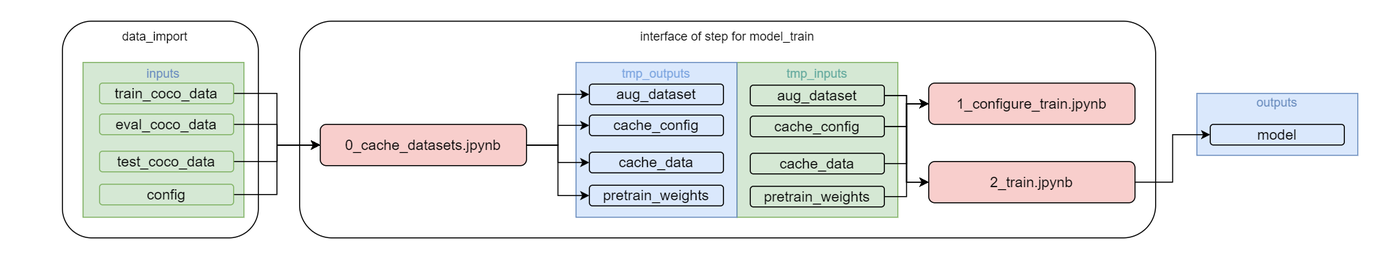
Above: imgs/model_train_interface.drawio.png in 4-DS/obj_detect_rest-model_train (draw.io), before the change. Source tidied: cells renumbered, new cells last; positions are measured from the earlier drawing's top-left corner, leaving out a move shared by most shapes.
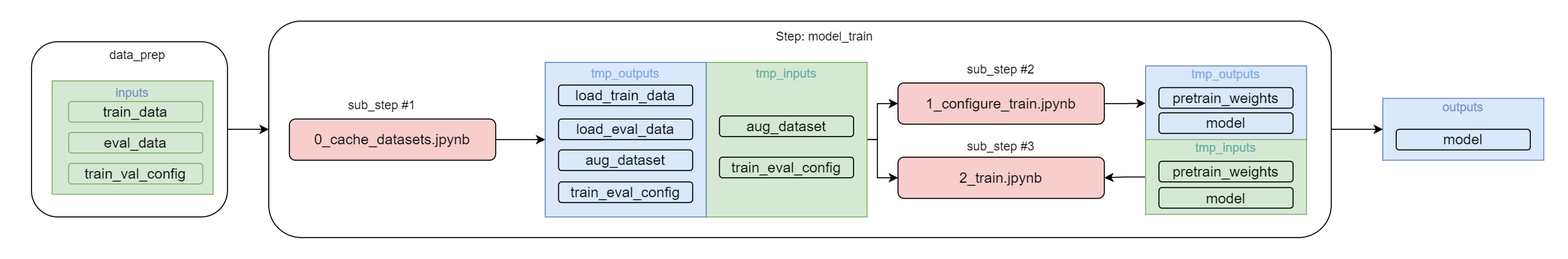
The same diagram one commit later.

What changed in the source:
```diff
@@ -2,125 +2,135 @@
   <root>
     <mxCell id="0" />
     <mxCell id="1" parent="0" />
-    <mxCell id="2" style="rounded=1;whiteSpace=wrap;html=1;strokeColor=none;" parent="1" vertex="1">
-      <mxGeometry width="1340" height="250" as="geometry" />
-    </mxCell>
-    <mxCell id="3" style="rounded=1;whiteSpace=wrap;html=1;" parent="1" vertex="1">
-      <mxGeometry x="60" y="20" width="190" height="210" as="geometry" />
-    </mxCell>
-    <mxCell id="4" style="rounded=1;whiteSpace=wrap;html=1;" parent="1" vertex="1">
-      <mxGeometry x="290" y="20" width="830" height="210" as="geometry" />
-    </mxCell>
+    <mxCell id="42" style="rounded=1;whiteSpace=wrap;html=1;strokeColor=none;" parent="1" vertex="1">
+      <mxGeometry x="20" y="330" width="1520" height="250" as="geometry" />
+    </mxCell>
+    <mxCell id="43" style="rounded=1;whiteSpace=wrap;html=1;" parent="1" vertex="1">
+      <mxGeometry x="280" y="350" width="1030" height="210" as="geometry" />
+    </mxCell>
+    <mxCell id="44" style="edgeStyle=orthogonalEdgeStyle;rounded=0;jettySize=auto;html=1;" parent="1" edge="1" source="5" target="8">
+      <mxGeometry relative="1" as="geometry">
+        <Array as="points">
+          <mxPoint x="870" y="465" />
+          <mxPoint x="870" y="430" />
+        </Array>
+      </mxGeometry>
+    </mxCell>
+    <mxCell id="45" style="edgeStyle=orthogonalEdgeStyle;rounded=0;jettySize=auto;html=1;" parent="1" edge="1" source="5" target="26">
+      <mxGeometry relative="1" as="geometry">
+        <Array as="points">
+          <mxPoint x="870" y="465" />
+          <mxPoint x="870" y="502" />
+        </Array>
+      </mxGeometry>
+    </mxCell>
     <mxCell id="5" value="&lt;font style=&quot;font-size: 12px;&quot;&gt;&lt;font color=&quot;#67ab9f&quot;&gt;&lt;font style=&quot;font-size: 12px;&quot;&gt;tmp_inputs&lt;/font&gt;&lt;br&gt;&lt;br&gt;&lt;br&gt;&lt;br&gt;&lt;br&gt;&lt;br&gt;&lt;br&gt;&lt;br&gt;&lt;br&gt;&lt;/font&gt;&lt;br&gt;&lt;/font&gt;" style="rounded=0;whiteSpace=wrap;html=1;fillColor=#d5e8d4;strokeColor=#82b366;" parent="1" vertex="1">
-      <mxGeometry x="714" y="60" width="156" height="150" as="geometry" />
+      <mxGeometry x="704" y="390" width="156" height="150" as="geometry" />
     </mxCell>
-    <mxCell id="6" value="interface of step for model_train" style="text;html=1;strokeColor=none;fillColor=none;align=center;verticalAlign=middle;whiteSpace=wrap;rounded=0;" parent="1" vertex="1">
-      <mxGeometry x="590" y="20" width="230" height="30" as="geometry" />
-    </mxCell>
-    <mxCell id="7" value="&lt;font style=&quot;font-size: 12px;&quot;&gt;&lt;font color=&quot;#6c8ebf&quot;&gt;&lt;font style=&quot;font-size: 12px;&quot;&gt;outputs&lt;/font&gt;&lt;br&gt;&lt;br&gt;&lt;br&gt;&lt;/font&gt;&lt;br&gt;&lt;/font&gt;" style="rounded=0;whiteSpace=wrap;html=1;fillColor=#dae8fc;strokeColor=#6c8ebf;" parent="1" vertex="1">
-      <mxGeometry x="1160" y="90" width="156" height="60" as="geometry" />
-    </mxCell>
+    <mxCell id="46" value="Step: model_train" style="text;html=1;strokeColor=none;fillColor=none;align=center;verticalAlign=middle;whiteSpace=wrap;rounded=0;" parent="1" vertex="1">
+      <mxGeometry x="704" y="350" width="230" height="30" as="geometry" />
+    </mxCell>
+    <mxCell id="47" style="edgeStyle=orthogonalEdgeStyle;rounded=0;jettySize=auto;html=1;entryX=0;entryY=0.5;entryDx=0;entryDy=0;" parent="1" edge="1" source="8" target="62">
+      <mxGeometry relative="1" as="geometry" />
+    </mxCell>
     <mxCell id="8" value="&lt;font style=&quot;font-size: 14px;&quot;&gt;1_configure_train.jpynb&lt;/font&gt;" style="rounded=1;whiteSpace=wrap;html=1;fillColor=#f8cecc;strokeColor=#000000;strokeWidth=1;" parent="1" vertex="1">
-      <mxGeometry x="900" y="80" width="200" height="40" as="geometry" />
+      <mxGeometry x="890" y="410" width="200" height="40" as="geometry" />
     </mxCell>
-    <mxCell id="9" value="&lt;font style=&quot;font-size: 14px;&quot;&gt;model&lt;/font&gt;" style="rounded=1;whiteSpace=wrap;html=1;fillColor=#dae8fc;strokeColor=#000000;strokeWidth=1;" parent="1" vertex="1">
-      <mxGeometry x="1173" y="120" width="130" height="20" as="geometry" />
-    </mxCell>
+    <mxCell id="48" style="edgeStyle=orthogonalEdgeStyle;rounded=0;jettySize=auto;html=1;entryX=0;entryY=0.5;entryDx=0;entryDy=0;" parent="1" edge="1" source="10" target="11">
+      <mxGeometry relative="1" as="geometry" />
+    </mxCell>
     <mxCell id="10" value="&lt;font style=&quot;font-size: 14px;&quot;&gt;0_cache_datasets.jpynb&lt;/font&gt;" style="rounded=1;whiteSpace=wrap;html=1;fillColor=#f8cecc;strokeColor=#000000;strokeWidth=1;" parent="1" vertex="1">
-      <mxGeometry x="310" y="120" width="200" height="40" as="geometry" />
+      <mxGeometry x="300" y="445" width="200" height="40" as="geometry" />
     </mxCell>
     <mxCell id="11" value="&lt;font style=&quot;font-size: 12px;&quot;&gt;&lt;font color=&quot;#7ea6e0&quot;&gt;&lt;font style=&quot;font-size: 12px;&quot;&gt;tmp_outputs&lt;/font&gt;&lt;br&gt;&lt;br&gt;&lt;br&gt;&lt;br&gt;&lt;br&gt;&lt;br&gt;&lt;br&gt;&lt;br&gt;&lt;br&gt;&lt;/font&gt;&lt;br&gt;&lt;/font&gt;" style="rounded=0;whiteSpace=wrap;html=1;fillColor=#dae8fc;strokeColor=#6c8ebf;" parent="1" vertex="1">
-      <mxGeometry x="558" y="60" width="156" height="150" as="geometry" />
+      <mxGeometry x="548" y="390" width="156" height="150" as="geometry" />
     </mxCell>
+    <mxCell id="49" value="&lt;font style=&quot;font-size: 14px;&quot;&gt;load_train_data&lt;/font&gt;" style="rounded=1;whiteSpace=wrap;html=1;fillColor=#dae8fc;strokeColor=#000000;strokeWidth=1;" parent="1" vertex="1">
+      <mxGeometry x="561" y="412" width="130" height="20" as="geometry" />
+    </mxCell>
+    <mxCell id="50" value="&lt;font style=&quot;font-size: 14px;&quot;&gt;load_eval_data&lt;/font&gt;" style="rounded=1;whiteSpace=wrap;html=1;fillColor=#dae8fc;strokeColor=#000000;strokeWidth=1;" parent="1" vertex="1">
+      <mxGeometry x="561" y="445" width="130" height="20" as="geometry" />
+    </mxCell>
+    <mxCell id="51" value="&lt;font style=&quot;font-size: 14px;&quot;&gt;train_eval_config&lt;/font&gt;" style="rounded=1;whiteSpace=wrap;html=1;fillColor=#dae8fc;strokeColor=#000000;strokeWidth=1;" parent="1" vertex="1">
+      <mxGeometry x="561" y="506" width="130" height="20" as="geometry" />
+    </mxCell>
+    <mxCell id="26" value="&lt;font style=&quot;font-size: 14px;&quot;&gt;2_train.jpynb&lt;/font&gt;" style="rounded=1;whiteSpace=wrap;html=1;fillColor=#f8cecc;strokeColor=#000000;strokeWidth=1;" parent="1" vertex="1">
+      <mxGeometry x="890" y="482" width="200" height="40" as="geometry" />
+    </mxCell>
+    <mxCell id="33" value="&lt;font style=&quot;font-size: 14px;&quot;&gt;aug_dataset&lt;/font&gt;" style="rounded=1;whiteSpace=wrap;html=1;fillColor=#d5e8d4;strokeColor=#000000;strokeWidth=1;" parent="1" vertex="1">
+      <mxGeometry x="717" y="442" width="130" height="20" as="geometry" />
+    </mxCell>
+    <mxCell id="52" value="&lt;font style=&quot;font-size: 14px;&quot;&gt;train_eval_config&lt;/font&gt;" style="rounded=1;whiteSpace=wrap;html=1;fillColor=#d5e8d4;strokeColor=#000000;strokeWidth=1;" parent="1" vertex="1">
+      <mxGeometry x="717" y="482" width="130" height="20" as="geometry" />
+    </mxCell>
+    <mxCell id="53" style="group;" parent="1" vertex="1">
+      <mxGeometry x="50" y="368" width="190" height="171" as="geometry" />
+    </mxCell>
+    <mxCell id="54" style="rounded=1;whiteSpace=wrap;html=1;" parent="53" vertex="1">
+      <mxGeometry y="2" width="190" height="170" as="geometry" />
+    </mxCell>
-    <mxCell id="12" value="&lt;font style=&quot;font-size: 12px;&quot;&gt;&lt;font color=&quot;#6c8ebf&quot;&gt;&lt;font style=&quot;font-size: 12px;&quot;&gt;inputs&lt;/font&gt;&lt;br&gt;&lt;br&gt;&lt;br&gt;&lt;br&gt;&lt;br&gt;&lt;br&gt;&lt;br&gt;&lt;br&gt;&lt;br&gt;&lt;/font&gt;&lt;br&gt;&lt;/font&gt;" style="rounded=0;whiteSpace=wrap;html=1;fillColor=#d5e8d4;strokeColor=#82b366;" parent="1" vertex="1">
-      <mxGeometry x="80" y="60" width="156" height="150" as="geometry" />
+    <mxCell id="12" value="&lt;font style=&quot;font-size: 12px;&quot;&gt;&lt;font color=&quot;#6c8ebf&quot;&gt;&lt;font style=&quot;font-size: 12px;&quot;&gt;inputs&lt;/font&gt;&lt;br&gt;&lt;br&gt;&lt;br&gt;&lt;br&gt;&lt;br&gt;&lt;br&gt;&lt;/font&gt;&lt;br&gt;&lt;/font&gt;" style="rounded=0;whiteSpace=wrap;html=1;fillColor=#d5e8d4;strokeColor=#82b366;" parent="53" vertex="1">
+      <mxGeometry x="20" y="40" width="156" height="110" as="geometry" />
     </mxCell>
-    <mxCell id="13" style="edgeStyle=orthogonalEdgeStyle;rounded=0;jettySize=auto;html=1;entryX=0;entryY=0.5;entryDx=0;entryDy=0;" parent="1" edge="1" source="14" target="10">
-      <mxGeometry relative="1" as="geometry" />
-    </mxCell>
-    <mxCell id="14" value="&lt;font style=&quot;font-size: 14px;&quot;&gt;train_coco_data&lt;/font&gt;" style="rounded=1;whiteSpace=wrap;html=1;fillColor=#d5e8d4;strokeColor=#82b366;strokeWidth=1;" parent="1" vertex="1">
-      <mxGeometry x="96" y="80" width="130" height="20" as="geometry" />
-    </mxCell>
-    <mxCell id="15" style="edgeStyle=orthogonalEdgeStyle;rounded=0;jettySize=auto;html=1;entryX=0;entryY=0.5;entryDx=0;entryDy=0;" parent="1" edge="1" source="16" target="10">
-      <mxGeometry relative="1" as="geometry" />
-    </mxCell>
-    <mxCell id="16" value="&lt;font style=&quot;font-size: 14px;&quot;&gt;config&lt;/font&gt;" style="rounded=1;whiteSpace=wrap;html=1;fillColor=#d5e8d4;strokeColor=#82b366;strokeWidth=1;" parent="1" vertex="1">
-      <mxGeometry x="96" y="178" width="130" height="20" as="geometry" />
-    </mxCell>
-    <mxCell id="17" style="edgeStyle=orthogonalEdgeStyle;rounded=0;jettySize=auto;html=1;entryX=0;entryY=0.5;entryDx=0;entryDy=0;" parent="1" edge="1" source="18" target="10">
-      <mxGeometry relative="1" as="geometry" />
-    </mxCell>
-    <mxCell id="18" value="&lt;font style=&quot;font-size: 14px;&quot;&gt;eval_coco_data&lt;/font&gt;" style="rounded=1;whiteSpace=wrap;html=1;fillColor=#d5e8d4;strokeColor=#82b366;strokeWidth=1;" parent="1" vertex="1">
-      <mxGeometry x="96" y="110" width="130" height="20" as="geometry" />
-    </mxCell>
-    <mxCell id="19" style="edgeStyle=orthogonalEdgeStyle;rounded=0;jettySize=auto;html=1;entryX=0;entryY=0.5;entryDx=0;entryDy=0;" parent="1" edge="1" source="20" target="10">
-      <mxGeometry relative="1" as="geometry" />
-    </mxCell>
-    <mxCell id="20" value="&lt;font style=&quot;font-size: 14px;&quot;&gt;test_coco_data&lt;/font&gt;" style="rounded=1;whiteSpace=wrap;html=1;fillColor=#d5e8d4;strokeColor=#82b366;strokeWidth=1;" parent="1" vertex="1">
-      <mxGeometry x="96" y="146" width="130" height="20" as="geometry" />
-    </mxCell>
+    <mxCell id="55" value="&lt;font style=&quot;font-size: 14px;&quot;&gt;train_data&lt;/font&gt;" style="rounded=1;whiteSpace=wrap;html=1;fillColor=#d5e8d4;strokeColor=#82b366;strokeWidth=1;" parent="53" vertex="1">
+      <mxGeometry x="36" y="60" width="130" height="20" as="geometry" />
+    </mxCell>
+    <mxCell id="56" value="&lt;font style=&quot;font-size: 14px;&quot;&gt;train_val_config&lt;/font&gt;" style="rounded=1;whiteSpace=wrap;html=1;fillColor=#d5e8d4;strokeColor=#82b366;strokeWidth=1;" parent="53" vertex="1">
+      <mxGeometry x="36" y="120" width="130" height="20" as="geometry" />
+    </mxCell>
+    <mxCell id="57" value="&lt;font style=&quot;font-size: 14px;&quot;&gt;eval_data&lt;/font&gt;" style="rounded=1;whiteSpace=wrap;html=1;fillColor=#d5e8d4;strokeColor=#82b366;strokeWidth=1;" parent="53" vertex="1">
+      <mxGeometry x="36" y="90" width="130" height="20" as="geometry" />
+    </mxCell>
+    <mxCell id="58" value="data_prep" style="text;html=1;strokeColor=none;fillColor=none;align=center;verticalAlign=middle;whiteSpace=wrap;rounded=0;" parent="53" vertex="1">
+      <mxGeometry x="73" width="60" height="30" as="geometry" />
+    </mxCell>
+    <mxCell id="59" style="edgeStyle=orthogonalEdgeStyle;rounded=0;jettySize=auto;html=1;entryX=0;entryY=0.5;entryDx=0;entryDy=0;" parent="1" edge="1" source="54" target="43">
+      <mxGeometry relative="1" as="geometry" />
+    </mxCell>
     <mxCell id="21" value="&lt;font style=&quot;font-size: 14px;&quot;&gt;aug_dataset&lt;/font&gt;" style="rounded=1;whiteSpace=wrap;html=1;fillColor=#dae8fc;strokeColor=#000000;strokeWidth=1;" parent="1" vertex="1">
-      <mxGeometry x="571" y="81" width="130" height="20" as="geometry" />
+      <mxGeometry x="561" y="475" width="130" height="20" as="geometry" />
     </mxCell>
+    <mxCell id="60" style="group;" parent="1" vertex="1">
+      <mxGeometry x="1360" y="425" width="156" height="60" as="geometry" />
+    </mxCell>
+    <mxCell id="7" value="&lt;font style=&quot;font-size: 12px;&quot;&gt;&lt;font color=&quot;#6c8ebf&quot;&gt;&lt;font style=&quot;font-size: 12px;&quot;&gt;outputs&lt;/font&gt;&lt;br&gt;&lt;br&gt;&lt;br&gt;&lt;/font&gt;&lt;br&gt;&lt;/font&gt;" style="rounded=0;whiteSpace=wrap;html=1;fillColor=#dae8fc;strokeColor=#6c8ebf;" parent="60" vertex="1">
+      <mxGeometry width="156" height="60" as="geometry" />
+    </mxCell>
+    <mxCell id="61" value="&lt;font style=&quot;font-size: 14px;&quot;&gt;model&lt;/font&gt;" style="rounded=1;whiteSpace=wrap;html=1;fillColor=#dae8fc;strokeColor=#000000;strokeWidth=1;" parent="60" vertex="1">
+      <mxGeometry x="13" y="30" width="130" height="20" as="geometry" />
+    </mxCell>
+    <mxCell id="62" value="&lt;font style=&quot;font-size: 12px;&quot;&gt;&lt;font color=&quot;#7ea6e0&quot;&gt;&lt;font style=&quot;font-size: 12px;&quot;&gt;tmp_outputs&lt;/font&gt;&lt;br&gt;&lt;br&gt;&lt;br&gt;&lt;br&gt;&lt;/font&gt;&lt;br&gt;&lt;/font&gt;" style="rounded=0;whiteSpace=wrap;html=1;fillColor=#dae8fc;strokeColor=#6c8ebf;" parent="1" vertex="1">
+      <mxGeometry x="1130" y="393.5" width="156" height="72.5" as="geometry" />
+    </mxCell>
     <mxCell id="22" value="&lt;font style=&quot;font-size: 14px;&quot;&gt;pretrain_weights&lt;/font&gt;" style="rounded=1;whiteSpace=wrap;html=1;fillColor=#dae8fc;strokeColor=#000000;strokeWidth=1;" parent="1" vertex="1">
-      <mxGeometry x="571" y="179" width="130" height="20" as="geometry" />
+      <mxGeometry x="1143" y="414.5" width="130" height="20" as="geometry" />
     </mxCell>
-    <mxCell id="23" value="&lt;font style=&quot;font-size: 14px;&quot;&gt;cache_config&lt;/font&gt;" style="rounded=1;whiteSpace=wrap;html=1;fillColor=#dae8fc;strokeColor=#000000;strokeWidth=1;" parent="1" vertex="1">
-      <mxGeometry x="571" y="111" width="130" height="20" as="geometry" />
-    </mxCell>
-    <mxCell id="24" value="&lt;font style=&quot;font-size: 14px;&quot;&gt;cache_data&lt;/font&gt;" style="rounded=1;whiteSpace=wrap;html=1;fillColor=#dae8fc;strokeColor=#000000;strokeWidth=1;" parent="1" vertex="1">
-      <mxGeometry x="571" y="147" width="130" height="20" as="geometry" />
-    </mxCell>
-    <mxCell id="25" style="edgeStyle=orthogonalEdgeStyle;rounded=0;jettySize=auto;html=1;entryX=0;entryY=0.5;entryDx=0;entryDy=0;" parent="1" edge="1" source="26" target="9">
-      <mxGeometry relative="1" as="geometry" />
-    </mxCell>
-    <mxCell id="26" value="&lt;font style=&quot;font-size: 14px;&quot;&gt;2_train.jpynb&lt;/font&gt;" style="rounded=1;whiteSpace=wrap;html=1;fillColor=#f8cecc;strokeColor=#000000;strokeWidth=1;" parent="1" vertex="1">
-      <mxGeometry x="900" y="156" width="200" height="40" as="geometry" />
-    </mxCell>
-    <mxCell id="27" style="edgeStyle=orthogonalEdgeStyle;rounded=0;jettySize=auto;html=1;entryX=0;entryY=0.5;entryDx=0;entryDy=0;" parent="1" edge="1" source="10" target="21">
-      <mxGeometry relative="1" as="geometry" />
-    </mxCell>
-    <mxCell id="28" style="edgeStyle=orthogonalEdgeStyle;rounded=0;jettySize=auto;html=1;entryX=0;entryY=0.5;entryDx=0;entryDy=0;" parent="1" edge="1" source="10" target="23">
-      <mxGeometry relative="1" as="geometry" />
-    </mxCell>
-    <mxCell id="29" style="edgeStyle=orthogonalEdgeStyle;rounded=0;jettySize=auto;html=1;entryX=0;entryY=0.5;entryDx=0;entryDy=0;" parent="1" edge="1" source="10" target="24">
-      <mxGeometry relative="1" as="geometry" />
-    </mxCell>
-    <mxCell id="30" style="edgeStyle=orthogonalEdgeStyle;rounded=0;jettySize=auto;html=1;entryX=0;entryY=0.5;entryDx=0;entryDy=0;" parent="1" edge="1" source="10" target="22">
-      <mxGeometry relative="1" as="geometry" />
-    </mxCell>
-    <mxCell id="31" style="edgeStyle=orthogonalEdgeStyle;rounded=0;jettySize=auto;html=1;" parent="1" edge="1" source="33" target="8">
-      <mxGeometry relative="1" as="geometry" />
-    </mxCell>
-    <mxCell id="32" style="edgeStyle=orthogonalEdgeStyle;rounded=0;jettySize=auto;html=1;entryX=0;entryY=0.5;entryDx=0;entryDy=0;" parent="1" edge="1" source="33" target="26">
-      <mxGeometry relative="1" as="geometry" />
-    </mxCell>
-    <mxCell id="33" value="&lt;font style=&quot;font-size: 14px;&quot;&gt;aug_dataset&lt;/font&gt;" style="rounded=1;whiteSpace=wrap;html=1;fillColor=#d5e8d4;strokeColor=#000000;strokeWidth=1;" parent="1" vertex="1">
-      <mxGeometry x="727" y="82" width="130" height="20" as="geometry" />
-    </mxCell>
-    <mxCell id="34" style="edgeStyle=orthogonalEdgeStyle;rounded=0;jettySize=auto;html=1;entryX=0;entryY=0.5;entryDx=0;entryDy=0;" parent="1" edge="1" source="35" target="8">
-      <mxGeometry relative="1" as="geometry" />
-    </mxCell>
+    <mxCell id="63" value="sub_step #1" style="text;html=1;strokeColor=none;fillColor=none;align=center;verticalAlign=middle;whiteSpace=wrap;rounded=0;" parent="1" vertex="1">
+      <mxGeometry x="350" y="416.5" width="80" height="30" as="geometry" />
+    </mxCell>
+    <mxCell id="64" value="sub_step #2" style="text;html=1;strokeColor=none;fillColor=none;align=center;verticalAlign=middle;whiteSpace=wrap;rounded=0;" parent="1" vertex="1">
+      <mxGeometry x="950" y="382" width="80" height="30" as="geometry" />
+    </mxCell>
+    <mxCell id="65" value="sub_step #3" style="text;html=1;strokeColor=none;fillColor=none;align=center;verticalAlign=middle;whiteSpace=wrap;rounded=0;" parent="1" vertex="1">
+      <mxGeometry x="950" y="457" width="80" height="30" as="geometry" />
+    </mxCell>
+    <mxCell id="66" style="edgeStyle=orthogonalEdgeStyle;rounded=0;jettySize=auto;html=1;entryX=1;entryY=0.5;entryDx=0;entryDy=0;startArrow=classic;startFill=1;endArrow=none;endFill=0;" parent="1" edge="1" source="7" target="43">
+      <mxGeometry relative="1" as="geometry" />
+    </mxCell>
+    <mxCell id="67" value="&lt;font style=&quot;font-size: 14px;&quot;&gt;model&lt;/font&gt;" style="rounded=1;whiteSpace=wrap;html=1;fillColor=#dae8fc;strokeColor=#000000;strokeWidth=1;" parent="1" vertex="1">
+      <mxGeometry x="1143" y="439" width="130" height="20" as="geometry" />
+    </mxCell>
+    <mxCell id="68" style="edgeStyle=orthogonalEdgeStyle;rounded=0;jettySize=auto;html=1;entryX=1;entryY=0.5;entryDx=0;entryDy=0;" parent="1" edge="1" source="69" target="26">
+      <mxGeometry relative="1" as="geometry" />
+    </mxCell>
+    <mxCell id="69" value="&lt;font style=&quot;font-size: 12px;&quot;&gt;&lt;font color=&quot;#67ab9f&quot;&gt;&lt;font style=&quot;font-size: 12px;&quot;&gt;tmp_inputs&lt;/font&gt;&lt;br&gt;&lt;br&gt;&lt;br&gt;&lt;br&gt;&lt;/font&gt;&lt;br&gt;&lt;/font&gt;" style="rounded=0;whiteSpace=wrap;html=1;fillColor=#d5e8d4;strokeColor=#82b366;" parent="1" vertex="1">
+      <mxGeometry x="1130" y="465" width="156" height="72.5" as="geometry" />
+    </mxCell>
     <mxCell id="35" value="&lt;font style=&quot;font-size: 14px;&quot;&gt;pretrain_weights&lt;/font&gt;" style="rounded=1;whiteSpace=wrap;html=1;fillColor=#d5e8d4;strokeColor=#000000;strokeWidth=1;" parent="1" vertex="1">
-      <mxGeometry x="727" y="180" width="130" height="20" as="geometry" />
+      <mxGeometry x="1143" y="486" width="130" height="20" as="geometry" />
     </mxCell>
-    <mxCell id="36" style="edgeStyle=orthogonalEdgeStyle;rounded=0;jettySize=auto;html=1;entryX=0;entryY=0.5;entryDx=0;entryDy=0;" parent="1" edge="1" source="38" target="8">
-      <mxGeometry relative="1" as="geometry" />
-    </mxCell>
-    <mxCell id="37" style="edgeStyle=orthogonalEdgeStyle;rounded=0;jettySize=auto;html=1;entryX=0;entryY=0.5;entryDx=0;entryDy=0;" parent="1" edge="1" source="38" target="26">
-      <mxGeometry relative="1" as="geometry" />
-    </mxCell>
-    <mxCell id="38" value="&lt;font style=&quot;font-size: 14px;&quot;&gt;cache_config&lt;/font&gt;" style="rounded=1;whiteSpace=wrap;html=1;fillColor=#d5e8d4;strokeColor=#000000;strokeWidth=1;" parent="1" vertex="1">
-      <mxGeometry x="727" y="112" width="130" height="20" as="geometry" />
-    </mxCell>
-    <mxCell id="39" style="edgeStyle=orthogonalEdgeStyle;rounded=0;jettySize=auto;html=1;entryX=0;entryY=0.5;entryDx=0;entryDy=0;" parent="1" edge="1" source="40" target="8">
-      <mxGeometry relative="1" as="geometry" />
-    </mxCell>
-    <mxCell id="40" value="&lt;font style=&quot;font-size: 14px;&quot;&gt;cache_data&lt;/font&gt;" style="rounded=1;whiteSpace=wrap;html=1;fillColor=#d5e8d4;strokeColor=#000000;strokeWidth=1;" parent="1" vertex="1">
-      <mxGeometry x="727" y="148" width="130" height="20" as="geometry" />
-    </mxCell>
-    <mxCell id="41" value="data_import" style="text;html=1;strokeColor=none;fillColor=none;align=center;verticalAlign=middle;whiteSpace=wrap;rounded=0;" parent="1" vertex="1">
-      <mxGeometry x="120" y="20" width="60" height="30" as="geometry" />
-    </mxCell>
+    <mxCell id="70" value="&lt;font style=&quot;font-size: 14px;&quot;&gt;model&lt;/font&gt;" style="rounded=1;whiteSpace=wrap;html=1;fillColor=#d5e8d4;strokeColor=#000000;strokeWidth=1;" parent="1" vertex="1">
+      <mxGeometry x="1143" y="511.5" width="130" height="20" as="geometry" />
+    </mxCell>
   </root>
 </mxGraphModel>
```
